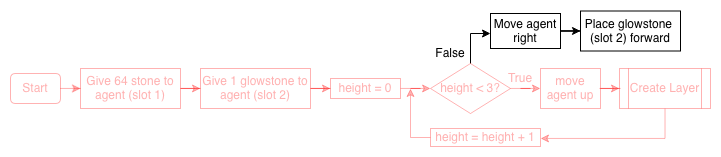
Before: tutorials/python-islands/island-7/tower_builder/images/flowchart-landscape_4.png, a diagram exported from draw.io (CausewayDigital/Minecraft-EE-MakeCode). Source tidied: cells renumbered, new cells last; positions are measured from the earlier drawing's top-left corner, leaving out a move shared by most shapes.
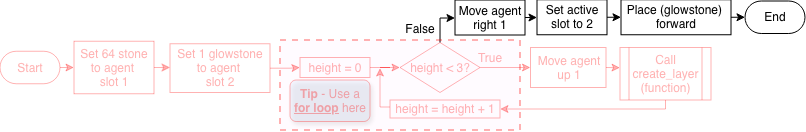
After the commit.

What changed in the source:
```diff
@@ -2,85 +2,107 @@
   <root>
     <mxCell id="0" />
     <mxCell id="1" parent="0" />
-    <mxCell id="2" style="edgeStyle=orthogonalEdgeStyle;rounded=0;jettySize=auto;html=1;opacity=30;strokeColor=#FF0000;fontColor=#FF0000;textOpacity=30;" parent="1" edge="1" source="3" target="5">
-      <mxGeometry relative="1" as="geometry" />
-    </mxCell>
-    <mxCell id="3" value="Start" style="rounded=1;whiteSpace=wrap;html=1;opacity=30;strokeColor=#FF0000;fontColor=#FF0000;textOpacity=30;" parent="1" vertex="1">
-      <mxGeometry y="63" width="50" height="30" as="geometry" />
-    </mxCell>
-    <mxCell id="4" style="edgeStyle=orthogonalEdgeStyle;rounded=0;jettySize=auto;html=1;opacity=30;strokeColor=#FF0000;fontColor=#FF0000;textOpacity=30;" parent="1" edge="1" source="5" target="7">
+    <mxCell id="4" style="edgeStyle=orthogonalEdgeStyle;rounded=0;jettySize=auto;html=1;exitX=1;exitY=0.5;exitDx=0;exitDy=0;entryX=0;entryY=0.5;entryDx=0;entryDy=0;strokeColor=#FF0000;opacity=30;fontColor=#FF0000;textOpacity=30;" parent="1" edge="1" source="5" target="7">
       <mxGeometry relative="1" as="geometry" />
     </mxCell>
-    <mxCell id="5" value="Give 64 stone to agent (slot 1)" style="rounded=0;whiteSpace=wrap;html=1;opacity=30;strokeColor=#FF0000;fontColor=#FF0000;textOpacity=30;" parent="1" vertex="1">
-      <mxGeometry x="70" y="58" width="100" height="40" as="geometry" />
+    <mxCell id="5" value="Set 64 stone to agent&amp;nbsp;&lt;div&gt;slot 1&lt;/div&gt;" style="rounded=0;whiteSpace=wrap;html=1;strokeColor=#FF0000;opacity=30;fontColor=#FF0000;textOpacity=30;" parent="1" vertex="1">
+      <mxGeometry x="-346" y="49.2" width="80" height="52.5" as="geometry" />
     </mxCell>
-    <mxCell id="6" style="edgeStyle=orthogonalEdgeStyle;rounded=0;jettySize=auto;html=1;opacity=30;strokeColor=#FF0000;fontColor=#FF0000;textOpacity=30;" parent="1" edge="1" source="7" target="9">
+    <mxCell id="6" style="edgeStyle=orthogonalEdgeStyle;rounded=0;jettySize=auto;html=1;strokeColor=#FF0000;opacity=30;fontColor=#FF0000;textOpacity=30;" parent="1" edge="1" source="7" target="9">
       <mxGeometry relative="1" as="geometry" />
     </mxCell>
-    <mxCell id="7" value="Give 1 glowstone to agent (slot 2)" style="rounded=0;whiteSpace=wrap;html=1;opacity=30;strokeColor=#FF0000;fontColor=#FF0000;textOpacity=30;" parent="1" vertex="1">
-      <mxGeometry x="190" y="58" width="110" height="40" as="geometry" />
+    <mxCell id="7" value="Set 1 glowstone to agent&amp;nbsp;&lt;div&gt;slot 2&lt;/div&gt;" style="rounded=0;whiteSpace=wrap;html=1;strokeColor=#FF0000;opacity=30;fontColor=#FF0000;textOpacity=30;" parent="1" vertex="1">
+      <mxGeometry x="-250" y="51.8" width="100" height="48.8" as="geometry" />
     </mxCell>
-    <mxCell id="8" style="edgeStyle=orthogonalEdgeStyle;rounded=0;jettySize=auto;html=1;opacity=30;strokeColor=#FF0000;fontColor=#FF0000;textOpacity=30;" parent="1" edge="1" source="9" target="12">
+    <mxCell id="8" style="edgeStyle=orthogonalEdgeStyle;rounded=0;jettySize=auto;html=1;strokeColor=#FF0000;opacity=30;fontColor=#FF0000;textOpacity=30;" parent="1" edge="1" source="9" target="12">
       <mxGeometry relative="1" as="geometry" />
     </mxCell>
-    <mxCell id="9" value="height = 0" style="rounded=0;whiteSpace=wrap;html=1;opacity=30;strokeColor=#FF0000;fontColor=#FF0000;textOpacity=30;" parent="1" vertex="1">
-      <mxGeometry x="320" y="68" width="70" height="20" as="geometry" />
+    <mxCell id="9" value="height = 0" style="rounded=0;whiteSpace=wrap;html=1;strokeColor=#FF0000;opacity=30;fontColor=#FF0000;textOpacity=30;" parent="1" vertex="1">
+      <mxGeometry x="-120" y="65.5" width="70" height="20" as="geometry" />
     </mxCell>
-    <mxCell id="10" style="edgeStyle=orthogonalEdgeStyle;rounded=0;jettySize=auto;html=1;opacity=30;strokeColor=#FF0000;fontColor=#FF0000;textOpacity=30;" parent="1" edge="1" source="12" target="18">
+    <mxCell id="10" style="edgeStyle=orthogonalEdgeStyle;rounded=0;jettySize=auto;html=1;strokeColor=#FF0000;opacity=30;fontColor=#FF0000;textOpacity=30;" parent="1" edge="1" source="12" target="18">
       <mxGeometry relative="1" as="geometry" />
     </mxCell>
     <mxCell id="11" style="edgeStyle=orthogonalEdgeStyle;rounded=0;jettySize=auto;html=1;" parent="1" edge="1" source="12" target="20">
       <mxGeometry relative="1" as="geometry">
         <Array as="points">
-          <mxPoint x="460" y="23" />
+          <mxPoint x="20" y="26" />
         </Array>
       </mxGeometry>
     </mxCell>
-    <mxCell id="12" value="height &amp;lt; 3?" style="rhombus;whiteSpace=wrap;html=1;opacity=30;strokeColor=#FF0000;fontColor=#FF0000;textOpacity=30;" parent="1" vertex="1">
-      <mxGeometry x="420" y="53" width="80" height="50" as="geometry" />
+    <mxCell id="12" value="height &amp;lt; 3?" style="rhombus;whiteSpace=wrap;html=1;strokeColor=#FF0000;opacity=30;fontColor=#FF0000;textOpacity=30;" parent="1" vertex="1">
+      <mxGeometry x="-20" y="50.5" width="80" height="50" as="geometry" />
     </mxCell>
-    <mxCell id="13" style="edgeStyle=orthogonalEdgeStyle;rounded=0;jettySize=auto;html=1;opacity=30;strokeColor=#FF0000;fontColor=#FF0000;textOpacity=30;" parent="1" edge="1" source="14">
-      <mxGeometry relative="1" as="geometry">
-        <mxPoint x="400" y="78" as="targetPoint" />
-      </mxGeometry>
-    </mxCell>
+    <mxCell id="25" style="edgeStyle=orthogonalEdgeStyle;rounded=0;orthogonalLoop=1;jettySize=auto;html=1;exitX=0;exitY=0.5;exitDx=0;exitDy=0;strokeColor=#FF0000;opacity=30;fontColor=#FF0000;textOpacity=30;" parent="1" edge="1">
+      <mxGeometry relative="1" as="geometry">
+        <mxPoint x="-30" y="115" as="sourcePoint" />
+        <mxPoint x="-40" y="76" as="targetPoint" />
+        <Array as="points">
+          <mxPoint x="-40" y="115" />
+        </Array>
+      </mxGeometry>
+    </mxCell>
-    <mxCell id="14" value="height = height + 1" style="rounded=0;whiteSpace=wrap;html=1;opacity=30;strokeColor=#FF0000;fontColor=#FF0000;textOpacity=30;" parent="1" vertex="1">
-      <mxGeometry x="420" y="118" width="110" height="18" as="geometry" />
+    <mxCell id="14" value="height = height + 1" style="rounded=0;whiteSpace=wrap;html=1;strokeColor=#FF0000;opacity=30;fontColor=#FF0000;textOpacity=30;" parent="1" vertex="1">
+      <mxGeometry x="-30" y="108" width="110" height="18" as="geometry" />
     </mxCell>
     <mxCell id="15" value="False" style="text;html=1;strokeColor=none;fillColor=none;align=center;verticalAlign=middle;whiteSpace=wrap;rounded=0;" parent="1" vertex="1">
-      <mxGeometry x="420" y="33" width="40" height="20" as="geometry" />
+      <mxGeometry x="-20" y="26.5" width="40" height="20" as="geometry" />
     </mxCell>
-    <mxCell id="16" style="edgeStyle=orthogonalEdgeStyle;rounded=0;orthogonalLoop=1;jettySize=auto;html=1;exitX=0.5;exitY=1;exitDx=0;exitDy=0;opacity=30;strokeColor=#FF0000;fontColor=#FF0000;textOpacity=30;" parent="1" edge="1" source="15" target="15">
+    <mxCell id="16" style="edgeStyle=orthogonalEdgeStyle;rounded=0;orthogonalLoop=1;jettySize=auto;html=1;exitX=0.5;exitY=1;exitDx=0;exitDy=0;strokeColor=#FF0000;opacity=30;fontColor=#FF0000;textOpacity=30;" parent="1" edge="1" source="15" target="15">
       <mxGeometry relative="1" as="geometry" />
     </mxCell>
-    <mxCell id="17" style="edgeStyle=orthogonalEdgeStyle;rounded=0;jettySize=auto;html=1;opacity=30;strokeColor=#FF0000;fontColor=#FF0000;textOpacity=30;" parent="1" edge="1" source="18" target="24">
-      <mxGeometry relative="1" as="geometry" />
-    </mxCell>
-    <mxCell id="18" value="move agent up" style="rounded=0;whiteSpace=wrap;html=1;opacity=30;strokeColor=#FF0000;fontColor=#FF0000;textOpacity=30;" parent="1" vertex="1">
-      <mxGeometry x="530" y="58" width="60" height="40" as="geometry" />
+    <mxCell id="18" value="Move agent up 1" style="rounded=0;whiteSpace=wrap;html=1;strokeColor=#FF0000;opacity=30;fontColor=#FF0000;textOpacity=30;" parent="1" vertex="1">
+      <mxGeometry x="110.5" y="55.5" width="75.5" height="40" as="geometry" />
     </mxCell>
-    <mxCell id="19" style="edgeStyle=orthogonalEdgeStyle;rounded=0;jettySize=auto;html=1;" parent="1" edge="1" source="20" target="21">
-      <mxGeometry relative="1" as="geometry" />
-    </mxCell>
+    <mxCell id="26" style="edgeStyle=orthogonalEdgeStyle;rounded=0;jettySize=auto;html=1;exitX=1;exitY=0.5;exitDx=0;exitDy=0;entryX=0;entryY=0.5;entryDx=0;entryDy=0;" parent="1" edge="1" source="20" target="29">
+      <mxGeometry relative="1" as="geometry" />
+    </mxCell>
-    <mxCell id="20" value="Move agent right" style="rounded=0;whiteSpace=wrap;html=1;" parent="1" vertex="1">
-      <mxGeometry x="480" y="3" width="70" height="35" as="geometry" />
+    <mxCell id="20" value="Move agent right 1" style="rounded=0;whiteSpace=wrap;html=1;" parent="1" vertex="1">
+      <mxGeometry x="35" y="8" width="70" height="35" as="geometry" />
     </mxCell>
-    <mxCell id="21" value="&lt;div&gt;Place glowstone&amp;nbsp;&lt;/div&gt;&lt;div&gt;(slot 2) forward&lt;/div&gt;" style="rounded=0;whiteSpace=wrap;html=1;" parent="1" vertex="1">
-      <mxGeometry x="570" y="0.5" width="100" height="40" as="geometry" />
+    <mxCell id="21" value="&lt;div&gt;Place (glowstone)&amp;nbsp;&lt;/div&gt;&lt;div&gt;forward&lt;/div&gt;" style="rounded=0;whiteSpace=wrap;html=1;" parent="1" vertex="1">
+      <mxGeometry x="201" y="7.8" width="110" height="35" as="geometry" />
     </mxCell>
     <mxCell id="22" value="True&lt;span style=&quot;font-family: monospace; font-size: 0px;&quot;&gt;%3CmxGraphModel%3E%3Croot%3E%3CmxCell%20id%3D%220%22%2F%3E%3CmxCell%20id%3D%221%22%20parent%3D%220%22%2F%3E%3CmxCell%20id%3D%222%22%20value%3D%22False%22%20style%3D%22text%3Bhtml%3D1%3BstrokeColor%3Dnone%3BfillColor%3Dnone%3Balign%3Dcenter%3BverticalAlign%3Dmiddle%3BwhiteSpace%3Dwrap%3Brounded%3D0%3B%22%20vertex%3D%221%22%20parent%3D%221%22%3E%3CmxGeometry%20x%3D%22260%22%20y%3D%22440%22%20width%3D%2240%22%20height%3D%2220%22%20as%3D%22geometry%22%2F%3E%3C%2FmxCell%3E%3C%2Froot%3E%3C%2FmxGraphModel%3E&lt;/span&gt;" style="text;html=1;strokeColor=none;fillColor=none;align=center;verticalAlign=middle;whiteSpace=wrap;rounded=0;opacity=30;fontColor=#FF0000;textOpacity=30;" parent="1" vertex="1">
-      <mxGeometry x="490" y="58" width="40" height="20" as="geometry" />
+      <mxGeometry x="50" y="55.5" width="40" height="20" as="geometry" />
     </mxCell>
-    <mxCell id="23" style="edgeStyle=orthogonalEdgeStyle;rounded=0;jettySize=auto;html=1;entryX=1;entryY=0.5;entryDx=0;entryDy=0;opacity=30;strokeColor=#FF0000;fontColor=#FF0000;textOpacity=30;" parent="1" edge="1" source="24" target="14">
+    <mxCell id="23" style="edgeStyle=orthogonalEdgeStyle;rounded=0;jettySize=auto;html=1;exitX=0.5;exitY=1;exitDx=0;exitDy=0;entryX=1;entryY=0.5;entryDx=0;entryDy=0;strokeColor=#FF0000;opacity=30;fontColor=#FF0000;textOpacity=30;" parent="1" edge="1" source="24" target="14">
       <mxGeometry relative="1" as="geometry">
         <Array as="points">
-          <mxPoint x="655" y="128" />
-          <mxPoint x="530" y="128" />
+          <mxPoint x="246" y="117" />
         </Array>
       </mxGeometry>
     </mxCell>
-    <mxCell id="24" value="Create Layer" style="shape=process;whiteSpace=wrap;html=1;backgroundOutline=1;opacity=30;strokeColor=#FF0000;fontColor=#FF0000;textOpacity=30;" parent="1" vertex="1">
-      <mxGeometry x="609" y="58" width="91" height="40" as="geometry" />
+    <mxCell id="24" value="Call create_layer&lt;div&gt;(function)&lt;/div&gt;" style="shape=process;whiteSpace=wrap;html=1;backgroundOutline=1;strokeColor=#FF0000;opacity=30;fontColor=#FF0000;textOpacity=30;" parent="1" vertex="1">
+      <mxGeometry x="200" y="55.5" width="91" height="52.5" as="geometry" />
     </mxCell>
+    <mxCell id="27" value="End" style="html=1;dashed=0;whiteSpace=wrap;shape=mxgraph.dfd.start;" parent="1" vertex="1">
+      <mxGeometry x="325" y="9" width="60" height="32.5" as="geometry" />
+    </mxCell>
+    <mxCell id="2" style="edgeStyle=orthogonalEdgeStyle;rounded=0;jettySize=auto;html=1;exitX=1;exitY=0.5;exitDx=0;exitDy=0;exitPerimeter=0;entryX=0;entryY=0.5;entryDx=0;entryDy=0;strokeColor=#FF0000;opacity=30;fontColor=#FF0000;textOpacity=30;" parent="1" edge="1" source="3" target="5">
+      <mxGeometry relative="1" as="geometry" />
+    </mxCell>
+    <mxCell id="3" value="Start" style="html=1;dashed=0;whiteSpace=wrap;shape=mxgraph.dfd.start;strokeColor=#FF0000;opacity=30;fontColor=#FF0000;textOpacity=30;" parent="1" vertex="1">
+      <mxGeometry x="-420" y="59.2" width="60" height="32.5" as="geometry" />
+    </mxCell>
+    <mxCell id="28" style="edgeStyle=orthogonalEdgeStyle;rounded=0;jettySize=auto;html=1;exitX=1;exitY=0.5;exitDx=0;exitDy=0;entryX=0;entryY=0.5;entryDx=0;entryDy=0;" parent="1" edge="1" source="29" target="21">
+      <mxGeometry relative="1" as="geometry" />
+    </mxCell>
+    <mxCell id="29" value="Set active slot to 2" style="rounded=0;whiteSpace=wrap;html=1;" parent="1" vertex="1">
+      <mxGeometry x="117" y="7.8" width="70" height="35" as="geometry" />
+    </mxCell>
+    <mxCell id="30" style="edgeStyle=orthogonalEdgeStyle;rounded=0;jettySize=auto;html=1;exitX=1;exitY=0.5;exitDx=0;exitDy=0;entryX=0;entryY=0.5;entryDx=0;entryDy=0;entryPerimeter=0;" parent="1" edge="1" source="21" target="27">
+      <mxGeometry relative="1" as="geometry" />
+    </mxCell>
+    <mxCell id="17" style="endArrow=classic;html=1;rounded=0;exitX=1;exitY=0.5;exitDx=0;exitDy=0;entryX=0;entryY=0.385;entryDx=0;entryDy=0;entryPerimeter=0;strokeColor=#FF0000;opacity=30;fontColor=#FF0000;textOpacity=30;" parent="1" edge="1" source="18" target="24">
+      <mxGeometry relative="1" as="geometry" />
+    </mxCell>
+    <mxCell id="31" value="For loop" parent="0" />
+    <mxCell id="32" style="rounded=0;whiteSpace=wrap;html=1;fillColor=light-dark(#FB0FFF0D,#EDEDED0D);strokeColor=#FF0000;strokeWidth=2;dashed=1;perimeterSpacing=0;opacity=30;fontColor=#FF0000;textOpacity=30;" parent="31" vertex="1">
+      <mxGeometry x="-140" y="48" width="240" height="90" as="geometry" />
+    </mxCell>
+    <mxCell id="33" value="&lt;b&gt;Tip &lt;/b&gt;- Use a &lt;b&gt;&lt;u&gt;for loop&lt;/u&gt;&lt;/b&gt; here" style="text;html=1;whiteSpace=wrap;strokeColor=#FF0000;fillColor=#dae8fc;align=center;verticalAlign=middle;rounded=1;glass=0;shadow=1;opacity=30;fontColor=#FF0000;textOpacity=30;" parent="31" vertex="1">
+      <mxGeometry x="-130" y="88" width="80" height="41.5" as="geometry" />
+    </mxCell>
   </root>
 </mxGraphModel>
```
